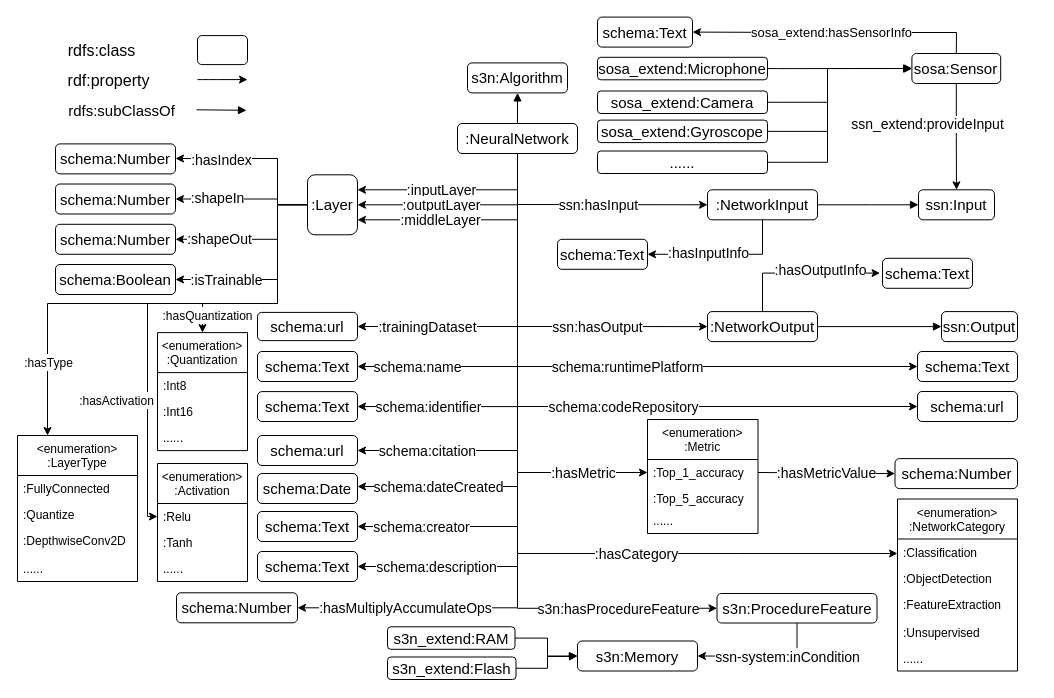
The draw.io diagram NN_tinyML.drawio in Haoyu-R/appendix, before the edit. Source tidied: cells renumbered, new cells numbered last; positions are measured from the earlier drawing's top-left corner, leaving out a move shared by most shapes. Both pictures are drawn from the tidied source at 100%, with x=0, y=0 at pixel (17, 17).
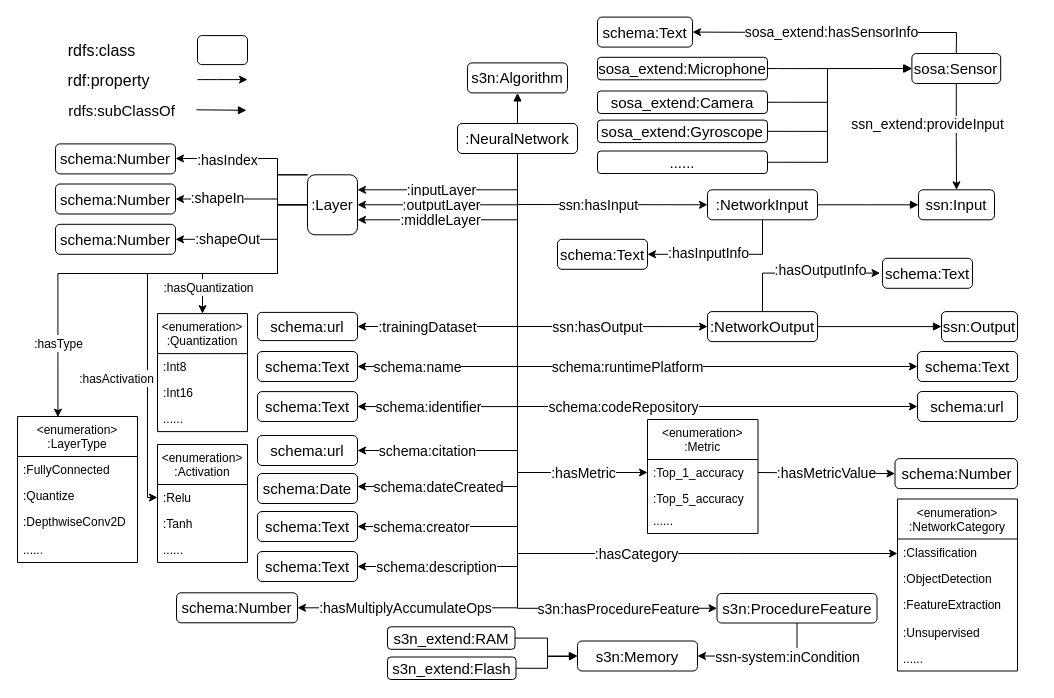
The same diagram, later.

The change refers to these unchanged cells:
```xml
<mxCell id="18" value=":Layer" style="rounded=1;whiteSpace=wrap;html=1;fontSize=15;" parent="1" vertex="1">
  <mxGeometry x="290" y="157.3" width="50" height="60" as="geometry" />
</mxCell>
<mxCell id="45" value="schema:Number" style="rounded=1;whiteSpace=wrap;html=1;fontSize=15;" parent="1" vertex="1">
  <mxGeometry x="38" y="206.8" width="120" height="30" as="geometry" />
</mxCell>
<mxCell id="49" value="schema:Number" style="rounded=1;whiteSpace=wrap;html=1;fontSize=15;" parent="1" vertex="1">
  <mxGeometry x="38" y="126.4" width="120" height="30" as="geometry" />
</mxCell>
<mxCell id="52" style="endArrow=classic;html=1;rounded=0;entryX=1;entryY=0.5;entryDx=0;entryDy=0;exitX=0.5;exitY=0;exitDx=0;exitDy=0;" parent="1" edge="1" source="107" target="54">
  <mxGeometry x="-0.04" y="-19" relative="1" as="geometry">
    <Array as="points">
      <mxPoint x="939" y="15" />
      <mxPoint x="790" y="15" />
    </Array>
    <mxPoint x="7" y="-1" as="offset" />
  </mxGeometry>
</mxCell>
<mxCell id="80" value=":Relu" style="text;strokeColor=none;fillColor=none;align=left;verticalAlign=top;spacingLeft=4;spacingRight=4;overflow=hidden;points=[[0,0.5],[1,0.5]];portConstraint=eastwest;" parent="79" vertex="1">
  <mxGeometry y="40" width="90" height="26" as="geometry" />
</mxCell>
```

Diff of the diagram source:
```diff
@@
     <mxCell id="13" style="edgeStyle=orthogonalEdgeStyle;rounded=0;jettySize=auto;html=1;exitX=0;exitY=0.5;exitDx=0;exitDy=0;entryX=0.5;entryY=0;entryDx=0;entryDy=0;fontSize=14;" parent="1" edge="1" source="18" target="83">
       <mxGeometry x="-0.07" y="100" relative="1" as="geometry">
         <Array as="points">
           <mxPoint x="260" y="187" />
-          <mxPoint x="260" y="286" />
-          <mxPoint x="185" y="286" />
+          <mxPoint x="260" y="256" />
+          <mxPoint x="185" y="256" />
         </Array>
       </mxGeometry>
     </mxCell>
-    <mxCell id="14" style="edgeStyle=orthogonalEdgeStyle;rounded=0;jettySize=auto;html=1;exitX=0;exitY=0.5;exitDx=0;exitDy=0;fontSize=14;entryX=0.25;entryY=0;entryDx=0;entryDy=0;" parent="1" edge="1" source="18" target="87">
+    <mxCell id="14" style="edgeStyle=orthogonalEdgeStyle;rounded=0;jettySize=auto;html=1;exitX=0;exitY=0.5;exitDx=0;exitDy=0;fontSize=14;entryX=0.337;entryY=0.004;entryDx=0;entryDy=0;entryPerimeter=0;" parent="1" edge="1" target="87">
       <mxGeometry relative="1" as="geometry">
+        <mxPoint x="290" y="157.3" as="sourcePoint" />
         <Array as="points">
-          <mxPoint x="260" y="187" />
-          <mxPoint x="260" y="286" />
-          <mxPoint x="30" y="286" />
+          <mxPoint x="260" y="157" />
+          <mxPoint x="260" y="256" />
+          <mxPoint x="40" y="256" />
+          <mxPoint x="40" y="400" />
         </Array>
       </mxGeometry>
     </mxCell>
@@
-    <mxCell id="16" style="edgeStyle=orthogonalEdgeStyle;rounded=0;jettySize=auto;html=1;exitX=0;exitY=0.5;exitDx=0;exitDy=0;entryX=0;entryY=0.5;entryDx=0;entryDy=0;fontSize=14;" parent="1" edge="1" source="18" target="80">
+    <mxCell id="16" style="edgeStyle=orthogonalEdgeStyle;rounded=0;jettySize=auto;html=1;exitX=0;exitY=0.5;exitDx=0;exitDy=0;entryX=0;entryY=0.5;entryDx=0;entryDy=0;fontSize=14;" parent="1" edge="1" target="80">
       <mxGeometry relative="1" as="geometry">
+        <mxPoint x="290" y="157.3" as="sourcePoint" />
         <Array as="points">
-          <mxPoint x="260" y="187" />
-          <mxPoint x="260" y="286" />
-          <mxPoint x="130" y="286" />
-          <mxPoint x="130" y="499" />
+          <mxPoint x="260" y="157" />
+          <mxPoint x="260" y="256" />
+          <mxPoint x="130" y="256" />
+          <mxPoint x="130" y="480" />
         </Array>
       </mxGeometry>
     </mxCell>
@@
-    <mxCell id="40" style="edgeStyle=orthogonalEdgeStyle;rounded=0;jettySize=auto;html=1;entryX=1;entryY=0.5;entryDx=0;entryDy=0;" parent="1" edge="1" target="45">
+    <mxCell id="40" style="edgeStyle=orthogonalEdgeStyle;rounded=0;jettySize=auto;html=1;entryX=1;entryY=0.5;entryDx=0;entryDy=0;exitX=0;exitY=0.5;exitDx=0;exitDy=0;" parent="1" edge="1" source="18" target="45">
       <mxGeometry x="0.54" relative="1" as="geometry">
-        <mxPoint x="269" y="187" as="sourcePoint" />
         <Array as="points">
           <mxPoint x="260" y="187" />
           <mxPoint x="260" y="222" />
         </Array>
       </mxGeometry>
     </mxCell>
@@
-    <mxCell id="42" style="edgeStyle=orthogonalEdgeStyle;rounded=0;jettySize=auto;html=1;entryX=1;entryY=0.5;entryDx=0;entryDy=0;" parent="1" edge="1" target="46">
-      <mxGeometry relative="1" as="geometry">
-        <mxPoint x="289" y="187" as="sourcePoint" />
-        <Array as="points">
-          <mxPoint x="289" y="187" />
-          <mxPoint x="260" y="187" />
-          <mxPoint x="260" y="262" />
-        </Array>
-      </mxGeometry>
-    </mxCell>
-    <mxCell id="43" value="&lt;font style=&quot;font-size: 14px&quot;&gt;:isTrainable&lt;/font&gt;" style="edgeLabel;html=1;align=center;verticalAlign=middle;" parent="42" vertex="1">
-      <mxGeometry x="0.23" y="1" relative="1" as="geometry">
-        <mxPoint x="-29" y="-1" as="offset" />
-      </mxGeometry>
-    </mxCell>
@@
-    <mxCell id="46" value="schema:Boolean" style="rounded=1;whiteSpace=wrap;html=1;fontSize=15;" parent="1" vertex="1">
-      <mxGeometry x="38" y="247" width="120" height="30" as="geometry" />
-    </mxCell>
@@
-    <mxCell id="50" style="edgeStyle=orthogonalEdgeStyle;rounded=0;jettySize=auto;html=1;" parent="1" edge="1" target="49">
+    <mxCell id="50" style="edgeStyle=orthogonalEdgeStyle;rounded=0;jettySize=auto;html=1;exitX=0;exitY=0.5;exitDx=0;exitDy=0;" parent="1" edge="1" source="18" target="49">
       <mxGeometry relative="1" as="geometry">
-        <mxPoint x="269" y="187" as="sourcePoint" />
         <Array as="points">
           <mxPoint x="260" y="187" />
           <mxPoint x="260" y="141" />
         </Array>
       </mxGeometry>
     </mxCell>
@@
-    <mxCell id="53" value="&lt;font style=&quot;font-size: 13px&quot;&gt;sosa_extend:hasSensorInfo&lt;/font&gt;" style="edgeLabel;html=1;align=center;verticalAlign=middle;fontSize=13;" parent="52" vertex="1">
+    <mxCell id="53" value="&lt;font style=&quot;font-size: 14px&quot;&gt;sosa_extend:hasSensorInfo&lt;/font&gt;" style="edgeLabel;html=1;align=center;verticalAlign=middle;fontSize=13;" parent="52" vertex="1">
       <mxGeometry x="0.03" y="-1" relative="1" as="geometry" />
     </mxCell>
@@
     <mxCell id="79" value="&lt;enumeration&gt;&#10;:Activation" style="swimlane;fontStyle=0;horizontal=1;startSize=40;fillColor=none;" parent="1" vertex="1">
-      <mxGeometry x="140" y="446" width="90" height="118" as="geometry" />
+      <mxGeometry x="140" y="427" width="90" height="118" as="geometry" />
     </mxCell>
@@
     <mxCell id="83" value="&lt;enumeration&gt;&#10;:Quantization" style="swimlane;fontStyle=0;horizontal=1;startSize=40;fillColor=none;" parent="1" vertex="1">
-      <mxGeometry x="140" y="315.1" width="90" height="118" as="geometry" />
+      <mxGeometry x="140" y="296.1" width="90" height="118" as="geometry" />
     </mxCell>
@@
     <mxCell id="87" value="&lt;enumeration&gt;&#10;:LayerType" style="swimlane;fontStyle=0;horizontal=1;startSize=40;fillColor=none;" parent="1" vertex="1">
-      <mxGeometry y="418" width="120" height="146" as="geometry" />
+      <mxGeometry y="399" width="120" height="146" as="geometry" />
     </mxCell>
@@
     <mxCell id="103" value="&lt;font style=&quot;font-size: 12px&quot;&gt;:hasQuantization&lt;/font&gt;" style="edgeLabel;html=1;align=center;verticalAlign=middle;fontSize=14;" parent="1" vertex="1">
-      <mxGeometry x="69" y="344.1" as="geometry">
+      <mxGeometry x="70" y="316" as="geometry">
         <mxPoint x="120" y="-47" as="offset" />
       </mxGeometry>
     </mxCell>
```
